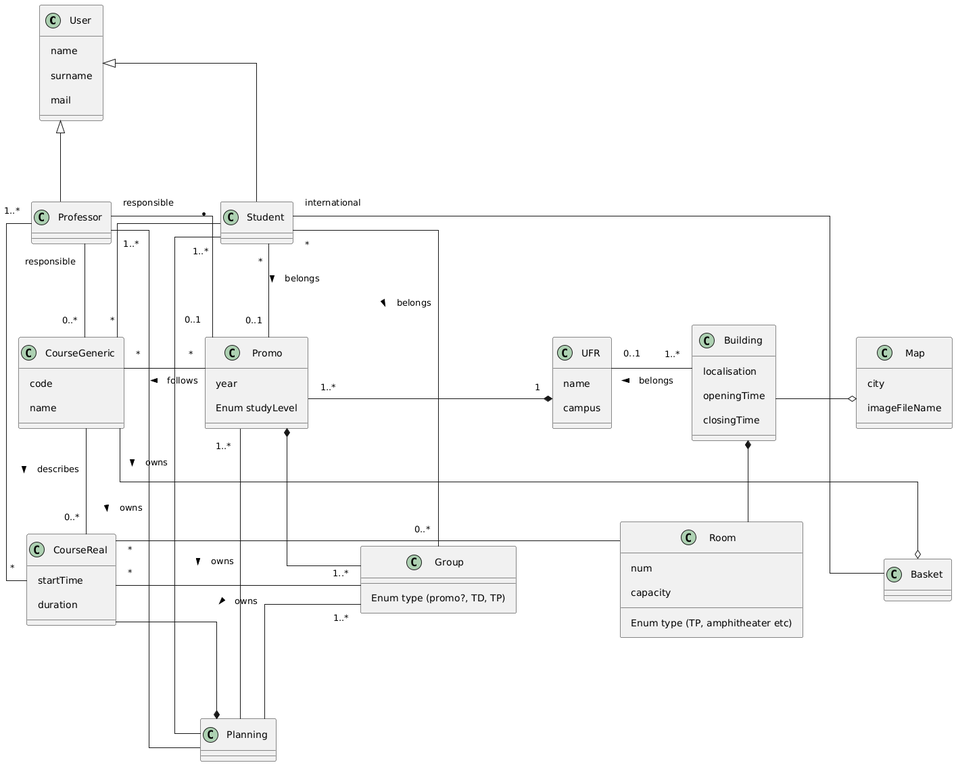
The PlantUML diagram diagrams/ClassesDiagram.png in JoshuaDixon23/Hyperplanning, before a commit.
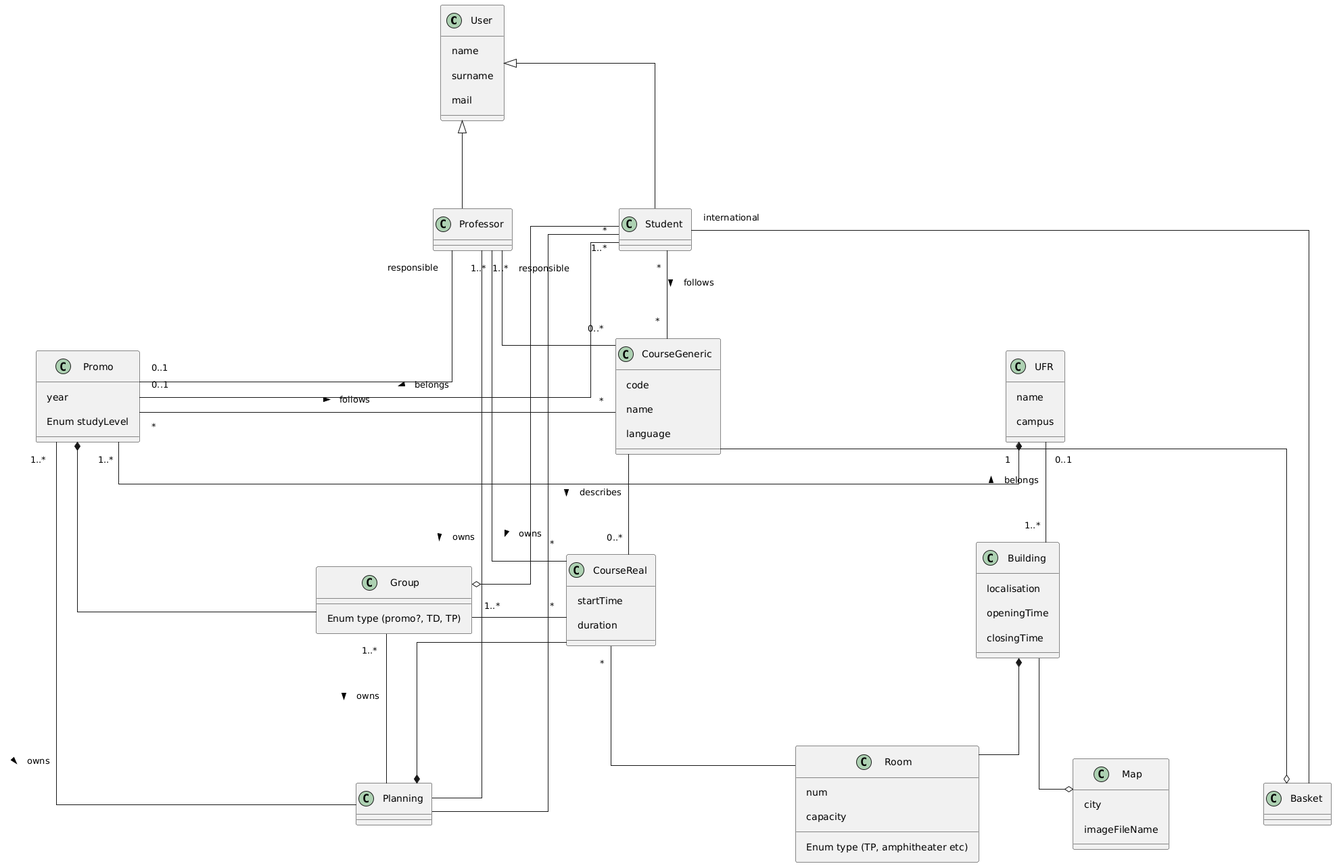
After the commit.

Change to the diagram source:
```diff
@@ -1,7 +1,7 @@
 @startuml
 skinparam linetype ortho
-skinparam nodesep 120
-skinparam ranksep 120
+skinparam nodesep 140
+skinparam ranksep 130
 skinparam padding 10
 
 class User {
@@ -13,25 +13,36 @@
 class Professor {
 
 }
+
 class Student {
 }
 
 Professor -u-|> User
 Student -u-|> User
 
-class CourseGeneric{
-    code
-    name
-}
-
 class Promo{
     year
     Enum studyLevel
 }
 
+class CourseGeneric{
+    code
+    name
+    language
+}
+
 class UFR{
     name
     campus
+}
+
+class Group{
+    Enum type (promo?, TD, TP)
+}
+
+class CourseReal{
+    startTime
+    duration
 }
 
 class Building{
@@ -40,77 +51,68 @@
     closingTime
 }
 
-class Map{
-    city
-    imageFileName
-}
-
-class CourseReal{
-    startTime
-    duration
-}
-
-class Group{
-    Enum type (promo?, TD, TP)
-}
-
 class Room{
     num
     capacity
     Enum type (TP, amphitheater etc)
 }
 
-class Basket{
+class Map{
+    city
+    imageFileName
 }
 
 class Planning{
+}
+
+class Basket{
 }
 
 User -[hidden]d- Professor
 
 Professor -[hidden]r- Student
 
-CourseGeneric -[hidden]r- Promo
-Promo -[hidden]r- UFR
-UFR -[hidden]r- Building
-Building -[hidden]r- Map
+Promo -[hidden]r- CourseGeneric
+CourseGeneric -[hidden]r- UFR
 
-CourseReal -[hidden]r- Group
-Group -[hidden]r- Room
-Room -[hidden]r- Basket
+Group -[hidden]r- CourseReal
+CourseReal -[hidden]r- Building
 
-Professor -[hidden]d- CourseGeneric
-Student -[hidden]d- Promo
-UFR -[hidden]d- Group
+Room -[hidden]r- Map
+Map -[hidden]r- Basket
+
+Professor -[hidden]d- Promo
+Student -[hidden]d- CourseGeneric
+CourseGeneric -[hidden]d- Group
+UFR -[hidden]d- CourseReal
 Building -[hidden]d- Room
 
-CourseGeneric -[hidden]d- CourseReal
 Promo -[hidden]d- Group
+Group -[hidden]d- Planning
+CourseReal -[hidden]d- Planning
 
-CourseReal -[hidden]d- Planning
-Group -[hidden]d- Planning
-
-Professor "responsible" -d- "0..*" CourseGeneric
 Professor "responsible" -d- "0..1" Promo
+Professor "responsible" -r- "0..*" CourseGeneric
 Professor "1..*" -d- "*" CourseReal
 
-Student "* " -d- "*" CourseGeneric
 Student "*" -d- "0..1" Promo : belongs >
-Student "*" -d- "0..*" Group: belongs >
+Student -d-o Group
 
+CourseGeneric "*" -l- "*" Promo : follows <
+CourseGeneric "*" -d- "*" Student: follows <
 CourseGeneric -d- "0..*" CourseReal : describes >
-CourseGeneric "*" -r- "*" Promo : follows <
 
 Promo *-d- Group
+
 UFR "1" *-l- "1..*" Promo
 
-Group "1..*" -l- "*" CourseReal
+Group "1..*" -r- "*" CourseReal
 
 Building *-d- Room
 Building -r-o Map
-Building "1..*" -u- "0..1" UFR : belongs >
+Building "1..*" -l- "0..1" UFR : belongs >
 
-Room -l- "*" CourseReal
+Room -u- "*" CourseReal
 
 Planning *-u- CourseReal
 Planning -u- "1..*" Promo : owns <
```
